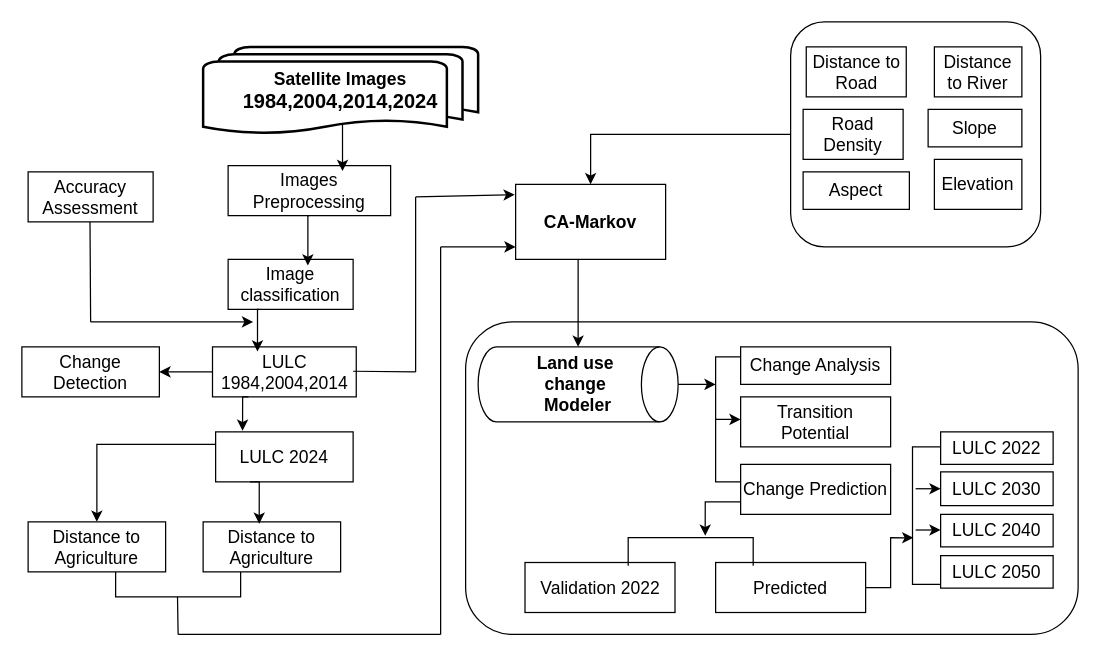
The draw.io diagram LuLC.drawio in yemioke/PRISMA2020, before the edit. Source tidied: cells renumbered, new cells numbered last; positions are measured from the earlier drawing's top-left corner, leaving out a move shared by most shapes. Both pictures are drawn from the tidied source at 125%, with x=0, y=0 at pixel (21, 21).
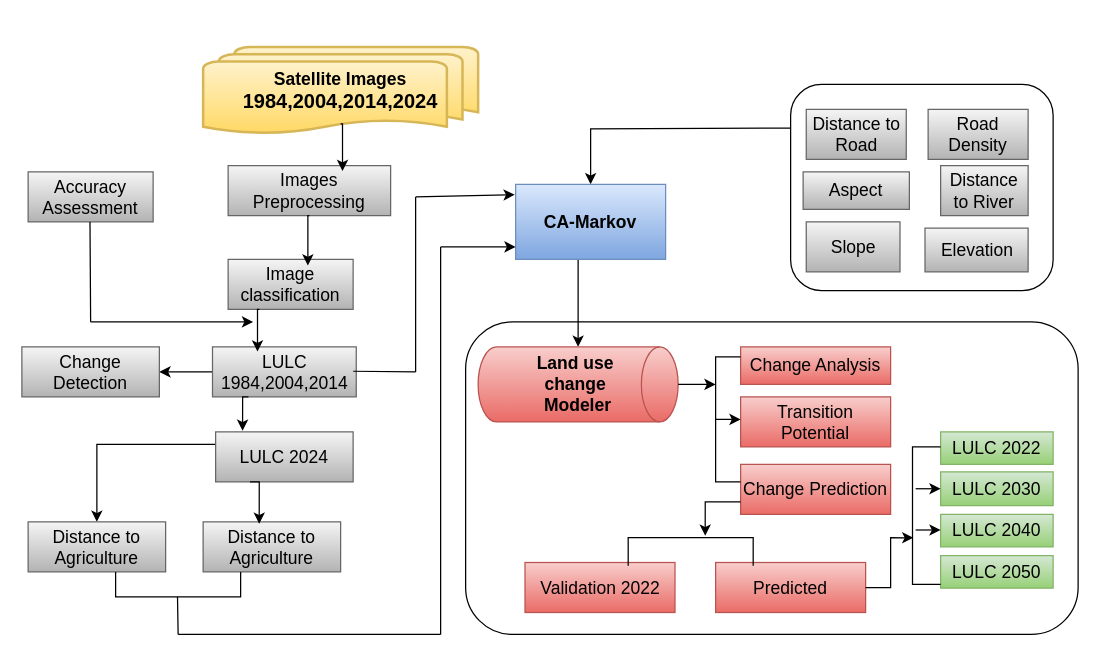
Above is the later version.

What changed in the source:
```diff
@@
+    <mxCell id="58" style="rounded=1;whiteSpace=wrap;html=1;fillColor=none;" parent="1" vertex="1">
+      <mxGeometry x="615" y="50" width="210" height="165" as="geometry" />
+    </mxCell>
-    <mxCell id="2" value="&lt;font style=&quot;font-size: 14px;&quot;&gt;&lt;b&gt;Satellite Images&lt;/b&gt;&lt;/font&gt;&lt;div&gt;&lt;font size=&quot;3&quot;&gt;&lt;b&gt;1984,2004,2014,2024&lt;/b&gt;&lt;/font&gt;&lt;/div&gt;" style="strokeWidth=2;html=1;shape=mxgraph.flowchart.multi-document;whiteSpace=wrap;" parent="1" vertex="1">
+    <mxCell id="2" value="&lt;font style=&quot;font-size: 14px;&quot;&gt;&lt;b&gt;Satellite Images&lt;/b&gt;&lt;/font&gt;&lt;div&gt;&lt;font size=&quot;3&quot;&gt;&lt;b&gt;1984,2004,2014,2024&lt;/b&gt;&lt;/font&gt;&lt;/div&gt;" style="strokeWidth=2;html=1;shape=mxgraph.flowchart.multi-document;whiteSpace=wrap;fillColor=#fff2cc;gradientColor=#ffd966;strokeColor=#d6b656;" parent="1" vertex="1">
       <mxGeometry x="145" y="20" width="220" height="70" as="geometry" />
     </mxCell>
-    <mxCell id="3" value="&lt;font style=&quot;font-size: 14px;&quot;&gt;Distance to Road&lt;/font&gt;" style="rounded=0;whiteSpace=wrap;html=1;" parent="1" vertex="1">
-      <mxGeometry x="627.5" y="20" width="80" height="40" as="geometry" />
+    <mxCell id="3" value="&lt;font style=&quot;font-size: 14px;&quot;&gt;Distance to Road&lt;/font&gt;" style="rounded=0;whiteSpace=wrap;html=1;fillColor=#f5f5f5;gradientColor=#b3b3b3;strokeColor=#666666;" parent="1" vertex="1">
+      <mxGeometry x="627.5" y="70" width="80" height="40" as="geometry" />
     </mxCell>
-    <mxCell id="4" value="&lt;font style=&quot;font-size: 14px;&quot;&gt;Distance to River&lt;/font&gt;" style="rounded=0;whiteSpace=wrap;html=1;" parent="1" vertex="1">
-      <mxGeometry x="730" y="20" width="70" height="40" as="geometry" />
+    <mxCell id="4" value="&lt;font style=&quot;font-size: 14px;&quot;&gt;Distance to River&lt;/font&gt;" style="rounded=0;whiteSpace=wrap;html=1;fillColor=#f5f5f5;gradientColor=#b3b3b3;strokeColor=#666666;" parent="1" vertex="1">
+      <mxGeometry x="735" y="115" width="70" height="40" as="geometry" />
     </mxCell>
-    <mxCell id="5" value="&lt;font style=&quot;font-size: 14px;&quot;&gt;Road Density&lt;/font&gt;" style="rounded=0;whiteSpace=wrap;html=1;" parent="1" vertex="1">
-      <mxGeometry x="625" y="70" width="80" height="40" as="geometry" />
+    <mxCell id="5" value="&lt;font style=&quot;font-size: 14px;&quot;&gt;Road Density&lt;/font&gt;" style="rounded=0;whiteSpace=wrap;html=1;fillColor=#f5f5f5;gradientColor=#b3b3b3;strokeColor=#666666;" parent="1" vertex="1">
+      <mxGeometry x="725" y="70" width="80" height="40" as="geometry" />
     </mxCell>
-    <mxCell id="6" value="&lt;font style=&quot;font-size: 14px;&quot;&gt;Slope&lt;/font&gt;" style="rounded=0;whiteSpace=wrap;html=1;" parent="1" vertex="1">
-      <mxGeometry x="725" y="70" width="75" height="30" as="geometry" />
+    <mxCell id="6" value="&lt;font style=&quot;font-size: 14px;&quot;&gt;Slope&lt;/font&gt;" style="rounded=0;whiteSpace=wrap;html=1;fillColor=#f5f5f5;gradientColor=#b3b3b3;strokeColor=#666666;" parent="1" vertex="1">
+      <mxGeometry x="627.5" y="160" width="75" height="40" as="geometry" />
     </mxCell>
-    <mxCell id="7" value="&lt;font style=&quot;font-size: 14px;&quot;&gt;Aspect&lt;/font&gt;" style="rounded=0;whiteSpace=wrap;html=1;" parent="1" vertex="1">
+    <mxCell id="7" value="&lt;font style=&quot;font-size: 14px;&quot;&gt;Aspect&lt;/font&gt;" style="rounded=0;whiteSpace=wrap;html=1;fillColor=#f5f5f5;gradientColor=#b3b3b3;strokeColor=#666666;" parent="1" vertex="1">
       <mxGeometry x="625" y="120" width="85" height="30" as="geometry" />
     </mxCell>
-    <mxCell id="8" value="&lt;font style=&quot;font-size: 14px;&quot;&gt;Elevation&lt;/font&gt;" style="rounded=0;whiteSpace=wrap;html=1;" parent="1" vertex="1">
-      <mxGeometry x="730" y="110" width="70" height="40" as="geometry" />
+    <mxCell id="8" value="&lt;font style=&quot;font-size: 14px;&quot;&gt;Elevation&lt;/font&gt;" style="rounded=0;whiteSpace=wrap;html=1;fillColor=#f5f5f5;gradientColor=#b3b3b3;strokeColor=#666666;" parent="1" vertex="1">
+      <mxGeometry x="722.5" y="165" width="82.5" height="35" as="geometry" />
     </mxCell>
-    <mxCell id="9" style="edgeStyle=orthogonalEdgeStyle;rounded=0;jettySize=auto;html=1;exitX=0;exitY=0.5;exitDx=0;exitDy=0;entryX=0.5;entryY=0;entryDx=0;entryDy=0;" parent="1" edge="1" source="10" target="12">
-      <mxGeometry relative="1" as="geometry" />
+    <mxCell id="9" style="edgeStyle=orthogonalEdgeStyle;rounded=0;jettySize=auto;html=1;exitX=0;exitY=0.5;exitDx=0;exitDy=0;entryX=0.5;entryY=0;entryDx=0;entryDy=0;" parent="1" edge="1" target="12">
+      <mxGeometry relative="1" as="geometry">
+        <mxPoint x="615" y="85" as="sourcePoint" />
+      </mxGeometry>
     </mxCell>
-    <mxCell id="10" style="rounded=1;whiteSpace=wrap;html=1;fillColor=none;" parent="1" vertex="1">
-      <mxGeometry x="615" width="200" height="180" as="geometry" />
-    </mxCell>
@@
-    <mxCell id="12" value="&lt;font style=&quot;font-size: 14px;&quot;&gt;&lt;b&gt;CA-Markov&lt;/b&gt;&lt;/font&gt;" style="rounded=0;whiteSpace=wrap;html=1;" parent="1" vertex="1">
+    <mxCell id="12" value="&lt;font style=&quot;font-size: 14px;&quot;&gt;&lt;b&gt;CA-Markov&lt;/b&gt;&lt;/font&gt;" style="rounded=0;whiteSpace=wrap;html=1;fillColor=#dae8fc;gradientColor=#7ea6e0;strokeColor=#6c8ebf;" parent="1" vertex="1">
       <mxGeometry x="395" y="130" width="120" height="60" as="geometry" />
     </mxCell>
@@
-    <mxCell id="14" value="&lt;b&gt;&lt;font style=&quot;font-size: 14px;&quot;&gt;Land use&amp;nbsp;&lt;/font&gt;&lt;/b&gt;&lt;div&gt;&lt;b&gt;&lt;font style=&quot;font-size: 14px;&quot;&gt;change&lt;/font&gt;&lt;font style=&quot;font-size: 14px;&quot;&gt;&amp;nbsp;&lt;/font&gt;&lt;/b&gt;&lt;div&gt;&lt;font style=&quot;font-size: 14px;&quot;&gt;&lt;b&gt;Modeler&lt;/b&gt;&lt;/font&gt;&lt;/div&gt;&lt;/div&gt;" style="strokeWidth=1;html=1;shape=mxgraph.flowchart.direct_data;whiteSpace=wrap;" parent="1" vertex="1">
+    <mxCell id="14" value="&lt;b&gt;&lt;font style=&quot;font-size: 14px;&quot;&gt;Land use&amp;nbsp;&lt;/font&gt;&lt;/b&gt;&lt;div&gt;&lt;b&gt;&lt;font style=&quot;font-size: 14px;&quot;&gt;change&lt;/font&gt;&lt;font style=&quot;font-size: 14px;&quot;&gt;&amp;nbsp;&lt;/font&gt;&lt;/b&gt;&lt;div&gt;&lt;font style=&quot;font-size: 14px;&quot;&gt;&lt;b&gt;Modeler&lt;/b&gt;&lt;/font&gt;&lt;/div&gt;&lt;/div&gt;" style="strokeWidth=1;html=1;shape=mxgraph.flowchart.direct_data;whiteSpace=wrap;fillColor=#f8cecc;gradientColor=#ea6b66;strokeColor=#b85450;" parent="1" vertex="1">
       <mxGeometry x="365" y="260" width="160" height="60" as="geometry" />
     </mxCell>
-    <mxCell id="15" value="&lt;font style=&quot;font-size: 14px;&quot;&gt;Change Analysis&lt;/font&gt;" style="rounded=0;whiteSpace=wrap;html=1;" parent="1" vertex="1">
+    <mxCell id="15" value="&lt;font style=&quot;font-size: 14px;&quot;&gt;Change Analysis&lt;/font&gt;" style="rounded=0;whiteSpace=wrap;html=1;fillColor=#f8cecc;gradientColor=#ea6b66;strokeColor=#b85450;" parent="1" vertex="1">
       <mxGeometry x="575" y="260" width="120" height="30" as="geometry" />
     </mxCell>
-    <mxCell id="16" value="&lt;font style=&quot;font-size: 14px;&quot;&gt;Transition Potential&lt;/font&gt;" style="rounded=0;whiteSpace=wrap;html=1;" parent="1" vertex="1">
+    <mxCell id="16" value="&lt;font style=&quot;font-size: 14px;&quot;&gt;Transition Potential&lt;/font&gt;" style="rounded=0;whiteSpace=wrap;html=1;fillColor=#f8cecc;gradientColor=#ea6b66;strokeColor=#b85450;" parent="1" vertex="1">
       <mxGeometry x="575" y="300" width="120" height="40" as="geometry" />
     </mxCell>
-    <mxCell id="17" value="&lt;font style=&quot;font-size: 14px;&quot;&gt;Change Prediction&lt;/font&gt;" style="rounded=0;whiteSpace=wrap;html=1;" parent="1" vertex="1">
+    <mxCell id="17" value="&lt;font style=&quot;font-size: 14px;&quot;&gt;Change Prediction&lt;/font&gt;" style="rounded=0;whiteSpace=wrap;html=1;fillColor=#f8cecc;gradientColor=#ea6b66;strokeColor=#b85450;" parent="1" vertex="1">
       <mxGeometry x="575" y="354" width="120" height="40" as="geometry" />
     </mxCell>
-    <mxCell id="18" value="&lt;font style=&quot;font-size: 14px;&quot;&gt;Validation 2022&lt;/font&gt;" style="rounded=0;whiteSpace=wrap;html=1;" parent="1" vertex="1">
+    <mxCell id="18" value="&lt;font style=&quot;font-size: 14px;&quot;&gt;Validation 2022&lt;/font&gt;" style="rounded=0;whiteSpace=wrap;html=1;fillColor=#f8cecc;gradientColor=#ea6b66;strokeColor=#b85450;" parent="1" vertex="1">
       <mxGeometry x="402.5" y="432.5" width="120" height="40" as="geometry" />
     </mxCell>
-    <mxCell id="19" value="&lt;font style=&quot;font-size: 14px;&quot;&gt;Predicted&lt;/font&gt;" style="rounded=0;whiteSpace=wrap;html=1;" parent="1" vertex="1">
+    <mxCell id="19" value="&lt;font style=&quot;font-size: 14px;&quot;&gt;Predicted&lt;/font&gt;" style="rounded=0;whiteSpace=wrap;html=1;fillColor=#f8cecc;gradientColor=#ea6b66;strokeColor=#b85450;" parent="1" vertex="1">
       <mxGeometry x="555" y="432.5" width="120" height="40" as="geometry" />
     </mxCell>
-    <mxCell id="20" value="&lt;span style=&quot;font-size: 14px;&quot;&gt;LULC 2022&lt;/span&gt;" style="rounded=0;whiteSpace=wrap;html=1;" parent="1" vertex="1">
+    <mxCell id="20" value="&lt;span style=&quot;font-size: 14px;&quot;&gt;LULC 2022&lt;/span&gt;" style="rounded=0;whiteSpace=wrap;html=1;fillColor=#d5e8d4;gradientColor=#97d077;strokeColor=#82b366;" parent="1" vertex="1">
       <mxGeometry x="735" y="328" width="90" height="26" as="geometry" />
     </mxCell>
-    <mxCell id="21" value="&lt;span style=&quot;font-size: 14px;&quot;&gt;LULC 2030&lt;/span&gt;" style="rounded=0;whiteSpace=wrap;html=1;" parent="1" vertex="1">
+    <mxCell id="21" value="&lt;span style=&quot;font-size: 14px;&quot;&gt;LULC 2030&lt;/span&gt;" style="rounded=0;whiteSpace=wrap;html=1;fillColor=#d5e8d4;gradientColor=#97d077;strokeColor=#82b366;" parent="1" vertex="1">
       <mxGeometry x="735" y="360" width="90" height="27" as="geometry" />
     </mxCell>
-    <mxCell id="22" value="&lt;span style=&quot;font-size: 14px;&quot;&gt;LULC 2040&lt;/span&gt;" style="rounded=0;whiteSpace=wrap;html=1;" parent="1" vertex="1">
+    <mxCell id="22" value="&lt;span style=&quot;font-size: 14px;&quot;&gt;LULC 2040&lt;/span&gt;" style="rounded=0;whiteSpace=wrap;html=1;fillColor=#d5e8d4;gradientColor=#97d077;strokeColor=#82b366;" parent="1" vertex="1">
       <mxGeometry x="735" y="394" width="90" height="26" as="geometry" />
     </mxCell>
-    <mxCell id="23" value="&lt;span style=&quot;font-size: 14px;&quot;&gt;LULC 2050&lt;/span&gt;" style="rounded=0;whiteSpace=wrap;html=1;" parent="1" vertex="1">
+    <mxCell id="23" value="&lt;span style=&quot;font-size: 14px;&quot;&gt;LULC 2050&lt;/span&gt;" style="rounded=0;whiteSpace=wrap;html=1;fillColor=#d5e8d4;gradientColor=#97d077;strokeColor=#82b366;" parent="1" vertex="1">
       <mxGeometry x="735" y="427" width="90" height="26" as="geometry" />
     </mxCell>
-    <mxCell id="24" value="&lt;font style=&quot;font-size: 14px;&quot;&gt;Images Preprocessing&lt;/font&gt;" style="rounded=0;whiteSpace=wrap;html=1;" parent="1" vertex="1">
+    <mxCell id="24" value="&lt;font style=&quot;font-size: 14px;&quot;&gt;Images Preprocessing&lt;/font&gt;" style="rounded=0;whiteSpace=wrap;html=1;fillColor=#f5f5f5;gradientColor=#b3b3b3;strokeColor=#666666;" parent="1" vertex="1">
       <mxGeometry x="165" y="115" width="130" height="40" as="geometry" />
     </mxCell>
-    <mxCell id="25" value="&lt;font style=&quot;font-size: 14px;&quot;&gt;Image classification&lt;/font&gt;" style="rounded=0;whiteSpace=wrap;html=1;" parent="1" vertex="1">
+    <mxCell id="25" value="&lt;font style=&quot;font-size: 14px;&quot;&gt;Image classification&lt;/font&gt;" style="rounded=0;whiteSpace=wrap;html=1;fillColor=#f5f5f5;gradientColor=#b3b3b3;strokeColor=#666666;" parent="1" vertex="1">
       <mxGeometry x="165" y="190" width="100" height="40" as="geometry" />
     </mxCell>
-    <mxCell id="26" value="&lt;font style=&quot;font-size: 14px;&quot;&gt;Accuracy Assessment&lt;/font&gt;" style="rounded=0;whiteSpace=wrap;html=1;" parent="1" vertex="1">
+    <mxCell id="26" value="&lt;font style=&quot;font-size: 14px;&quot;&gt;Accuracy Assessment&lt;/font&gt;" style="rounded=0;whiteSpace=wrap;html=1;fillColor=#f5f5f5;gradientColor=#b3b3b3;strokeColor=#666666;" parent="1" vertex="1">
       <mxGeometry x="5" y="120" width="100" height="40" as="geometry" />
     </mxCell>
@@
-    <mxCell id="28" value="&lt;font style=&quot;font-size: 14px;&quot;&gt;LULC&lt;/font&gt;&lt;div&gt;&lt;span style=&quot;font-size: 14px;&quot;&gt;1984,2004,2014&lt;/span&gt;&lt;/div&gt;" style="rounded=0;whiteSpace=wrap;html=1;" parent="1" vertex="1">
+    <mxCell id="28" value="&lt;font style=&quot;font-size: 14px;&quot;&gt;LULC&lt;/font&gt;&lt;div&gt;&lt;span style=&quot;font-size: 14px;&quot;&gt;1984,2004,2014&lt;/span&gt;&lt;/div&gt;" style="rounded=0;whiteSpace=wrap;html=1;fillColor=#f5f5f5;gradientColor=#b3b3b3;strokeColor=#666666;" parent="1" vertex="1">
       <mxGeometry x="152.5" y="260" width="115" height="40" as="geometry" />
     </mxCell>
-    <mxCell id="29" value="&lt;span style=&quot;font-size: 14px;&quot;&gt;Change Detection&lt;/span&gt;" style="rounded=0;whiteSpace=wrap;html=1;" parent="1" vertex="1">
+    <mxCell id="29" value="&lt;span style=&quot;font-size: 14px;&quot;&gt;Change Detection&lt;/span&gt;" style="rounded=0;whiteSpace=wrap;html=1;fillColor=#f5f5f5;gradientColor=#b3b3b3;strokeColor=#666666;" parent="1" vertex="1">
       <mxGeometry y="260" width="110" height="40" as="geometry" />
     </mxCell>
@@
-    <mxCell id="31" value="&lt;span style=&quot;font-size: 14px;&quot;&gt;LULC 2024&lt;/span&gt;" style="rounded=0;whiteSpace=wrap;html=1;" parent="1" vertex="1">
+    <mxCell id="31" value="&lt;span style=&quot;font-size: 14px;&quot;&gt;LULC 2024&lt;/span&gt;" style="rounded=0;whiteSpace=wrap;html=1;fillColor=#f5f5f5;gradientColor=#b3b3b3;strokeColor=#666666;" parent="1" vertex="1">
       <mxGeometry x="155" y="328" width="110" height="40" as="geometry" />
     </mxCell>
-    <mxCell id="32" value="&lt;span style=&quot;font-size: 14px;&quot;&gt;Distance to Agriculture&lt;/span&gt;" style="rounded=0;whiteSpace=wrap;html=1;" parent="1" vertex="1">
+    <mxCell id="32" value="&lt;span style=&quot;font-size: 14px;&quot;&gt;Distance to Agriculture&lt;/span&gt;" style="rounded=0;whiteSpace=wrap;html=1;fillColor=#f5f5f5;gradientColor=#b3b3b3;strokeColor=#666666;" parent="1" vertex="1">
       <mxGeometry x="5" y="400" width="110" height="40" as="geometry" />
     </mxCell>
-    <mxCell id="33" value="&lt;span style=&quot;font-size: 14px;&quot;&gt;Distance to Agriculture&lt;/span&gt;" style="rounded=0;whiteSpace=wrap;html=1;" parent="1" vertex="1">
+    <mxCell id="33" value="&lt;span style=&quot;font-size: 14px;&quot;&gt;Distance to Agriculture&lt;/span&gt;" style="rounded=0;whiteSpace=wrap;html=1;fillColor=#f5f5f5;gradientColor=#b3b3b3;strokeColor=#666666;" parent="1" vertex="1">
       <mxGeometry x="145" y="400" width="110" height="40" as="geometry" />
     </mxCell>
```
